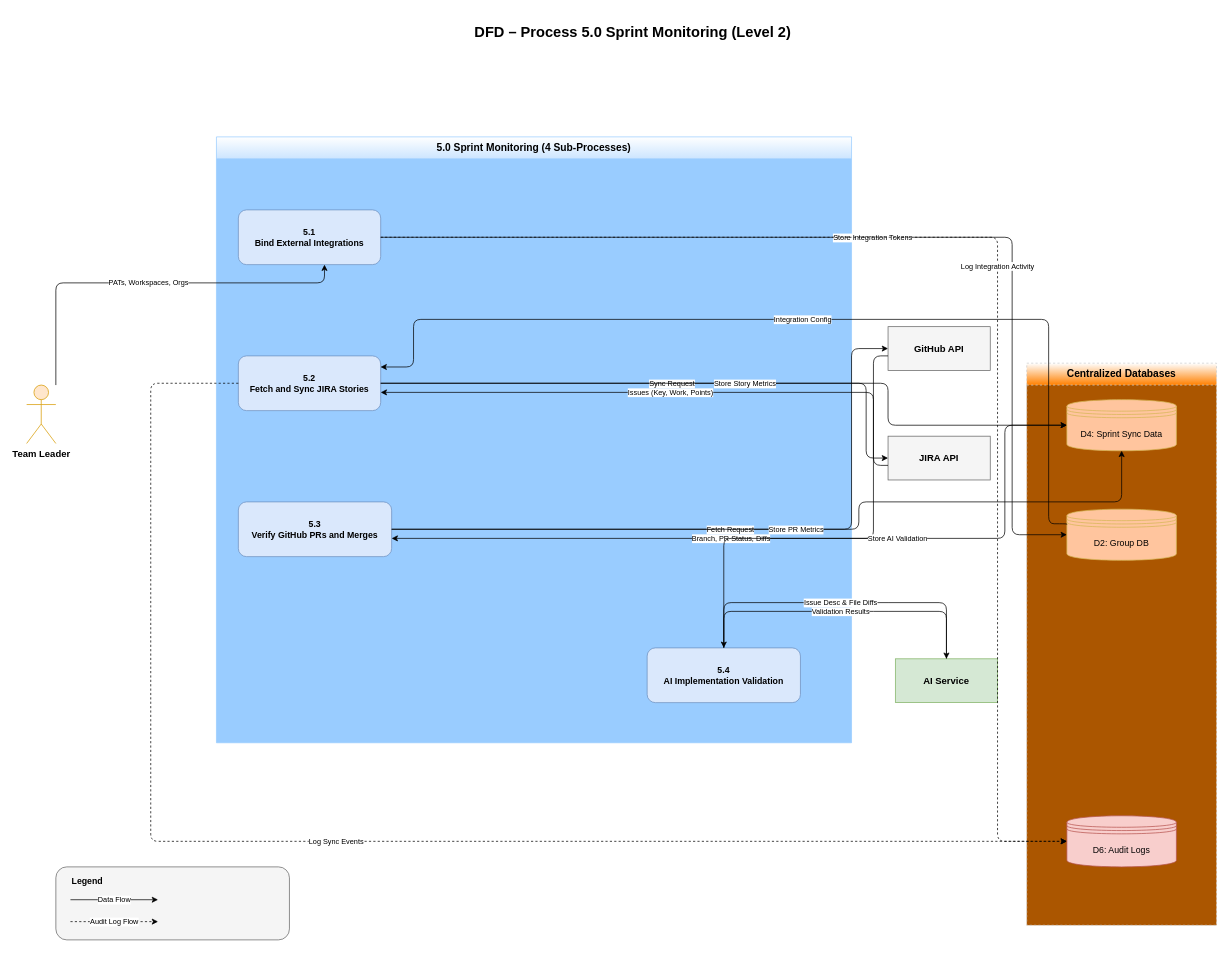
Above: page "Level 2 - 5.0 Sprint Monitoring" (6 of 7) of docs/dfd_senior_project.drawio in SE3318-Spring-2025-2026/senior-app-1 (draw.io), before the change. Source tidied: cells renumbered, new cells numbered last; positions are measured from the earlier drawing's top-left corner, leaving out a move shared by most shapes. Both pictures are drawn from the tidied source at 73%, with x=0, y=0 at pixel (26, 12).
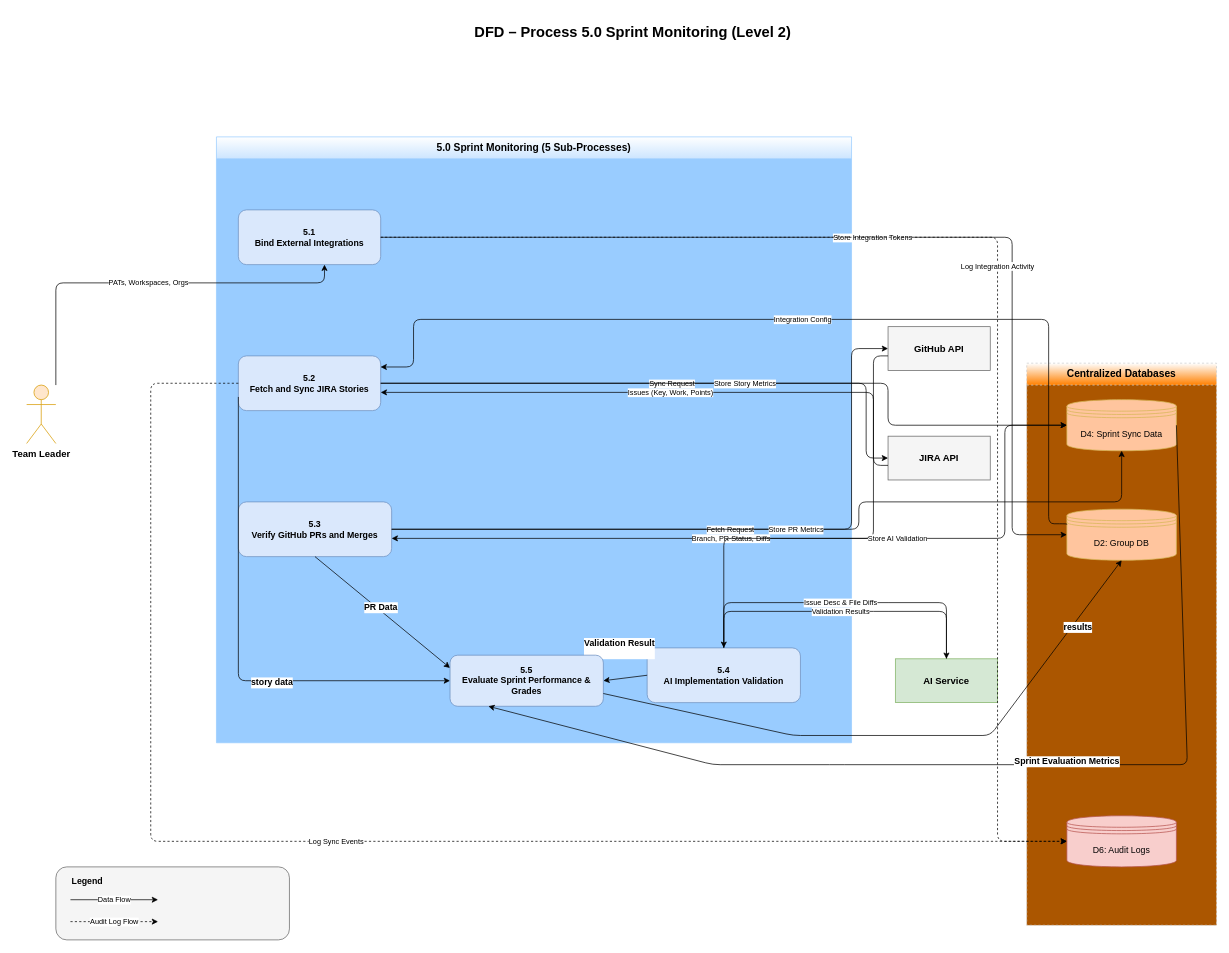
Above is the later version.

Commit message (it also covers changes not shown here):
fix(process-5): align diagrams, secure ingestion, and add missing monitoring routes

The change refers to these unchanged cells:
```xml
<mxCell id="13" value="5.2&#10;Fetch and Sync JIRA Stories" style="rounded=1;whiteSpace=wrap;html=1;fillColor=#dae8fc;strokeColor=#6c8ebf;fontSize=12;fontStyle=1;" parent="11" vertex="1">
  <mxGeometry x="30" y="300" width="195" height="75" as="geometry" />
</mxCell>
<mxCell id="14" value="5.3&#10;Verify GitHub PRs and Merges" style="rounded=1;whiteSpace=wrap;html=1;fillColor=#dae8fc;strokeColor=#6c8ebf;fontSize=12;fontStyle=1;" parent="11" vertex="1">
  <mxGeometry x="30" y="500" width="210" height="75" as="geometry" />
</mxCell>
<mxCell id="15" value="5.4&#10;AI Implementation Validation" style="rounded=1;whiteSpace=wrap;html=1;fillColor=#dae8fc;strokeColor=#6c8ebf;fontSize=12;fontStyle=1;" parent="11" vertex="1">
  <mxGeometry x="590" y="700" width="210" height="75" as="geometry" />
</mxCell>
<mxCell id="18" value="D4: Sprint Sync Data" style="shape=datastore;whiteSpace=wrap;html=1;fillColor=#FFC59E;strokeColor=#d6b656;fontSize=12;" parent="17" vertex="1">
  <mxGeometry x="55" y="50" width="150" height="70" as="geometry" />
</mxCell>
<mxCell id="19" value="D2: Group DB" style="shape=datastore;whiteSpace=wrap;html=1;fillColor=#FFC59E;strokeColor=#d6b656;fontSize=12;" parent="17" vertex="1">
  <mxGeometry x="55" y="200" width="150" height="70" as="geometry" />
</mxCell>
```

Change to the diagram source:
```diff
@@
-    <mxCell id="11" value="5.0 Sprint Monitoring (4 Sub-Processes)" style="swimlane;whiteSpace=wrap;html=1;fontSize=14;fontStyle=1;startSize=30;strokeColor=#99CCFF;fillColor=default;gradientColor=#CCE5FF;swimlaneFillColor=#99CCFF;" parent="1" vertex="1">
+    <mxCell id="11" value="5.0 Sprint Monitoring (5 Sub-Processes)" style="swimlane;whiteSpace=wrap;html=1;fontSize=14;fontStyle=1;startSize=30;strokeColor=#99CCFF;fillColor=default;gradientColor=#CCE5FF;swimlaneFillColor=#99CCFF;" parent="1" vertex="1">
       <mxGeometry x="260" y="170" width="870" height="830" as="geometry" />
     </mxCell>
@@
+    <mxCell id="34" style="edgeStyle=none;html=1;exitX=0;exitY=0.75;exitDx=0;exitDy=0;entryX=0;entryY=0.5;entryDx=0;entryDy=0;" parent="11" edge="1" source="13" target="39">
+      <mxGeometry relative="1" as="geometry">
+        <Array as="points">
+          <mxPoint x="30" y="745" />
+        </Array>
+      </mxGeometry>
+    </mxCell>
+    <mxCell id="35" value="story data" style="edgeLabel;html=1;align=center;verticalAlign=middle;rounded=1;strokeColor=#6c8ebf;fontFamily=Helvetica;fontSize=12;fontColor=default;fontStyle=1;fillColor=#dae8fc;" parent="34" vertex="1">
+      <mxGeometry x="0.28" y="-2" relative="1" as="geometry" />
+    </mxCell>
+    <mxCell id="36" style="edgeStyle=none;html=1;exitX=0.5;exitY=1;exitDx=0;exitDy=0;entryX=0;entryY=0.25;entryDx=0;entryDy=0;" parent="11" edge="1" source="14" target="39">
+      <mxGeometry relative="1" as="geometry" />
+    </mxCell>
+    <mxCell id="37" value="PR Data" style="edgeLabel;html=1;align=center;verticalAlign=middle;rounded=1;strokeColor=#6c8ebf;fontFamily=Helvetica;fontSize=12;fontColor=default;fontStyle=1;fillColor=#dae8fc;" parent="36" vertex="1">
+      <mxGeometry x="-0.05" y="2" relative="1" as="geometry">
+        <mxPoint y="-1" as="offset" />
+      </mxGeometry>
+    </mxCell>
+    <mxCell id="38" value="Validation Result&lt;div&gt;&lt;br&gt;&lt;/div&gt;" style="edgeStyle=none;html=1;exitX=0;exitY=0.5;exitDx=0;exitDy=0;entryX=1;entryY=0.5;entryDx=0;entryDy=0;fontFamily=Helvetica;fontSize=12;fontColor=default;fontStyle=1;" parent="11" edge="1" source="15" target="39">
+      <mxGeometry x="0.11" y="-41" relative="1" as="geometry">
+        <mxPoint x="1" as="offset" />
+      </mxGeometry>
+    </mxCell>
+    <mxCell id="39" value="5.5&lt;div&gt;Evaluate Sprint Performance &amp;amp; Grades&lt;/div&gt;" style="rounded=1;whiteSpace=wrap;html=1;fillColor=#dae8fc;strokeColor=#6c8ebf;fontSize=12;fontStyle=1;" parent="11" vertex="1">
+      <mxGeometry x="320" y="710" width="210" height="70" as="geometry" />
+    </mxCell>
@@
+    <mxCell id="40" style="edgeStyle=none;html=1;exitX=1;exitY=0.5;exitDx=0;exitDy=0;entryX=0.25;entryY=1;entryDx=0;entryDy=0;" parent="1" edge="1" source="18" target="39">
+      <mxGeometry relative="1" as="geometry">
+        <Array as="points">
+          <mxPoint x="1590" y="1030" />
+          <mxPoint x="1110" y="1030" />
+          <mxPoint x="940" y="1030" />
+        </Array>
+      </mxGeometry>
+    </mxCell>
+    <mxCell id="41" value="Sprint Evaluation Metrics" style="edgeLabel;html=1;align=center;verticalAlign=middle;rounded=1;strokeColor=#6c8ebf;fontFamily=Helvetica;fontSize=12;fontColor=default;fontStyle=1;fillColor=#dae8fc;" parent="40" vertex="1">
+      <mxGeometry x="-0.12" y="-5" relative="1" as="geometry" />
+    </mxCell>
+    <mxCell id="42" style="edgeStyle=none;html=1;exitX=1;exitY=0.75;exitDx=0;exitDy=0;entryX=0.5;entryY=1;entryDx=0;entryDy=0;fontFamily=Helvetica;fontSize=12;fontColor=default;fontStyle=1;" parent="1" edge="1" source="39" target="19">
+      <mxGeometry relative="1" as="geometry">
+        <Array as="points">
+          <mxPoint x="1050" y="990" />
+          <mxPoint x="1320" y="990" />
+        </Array>
+      </mxGeometry>
+    </mxCell>
+    <mxCell id="43" value="results" style="edgeLabel;html=1;align=center;verticalAlign=middle;rounded=1;strokeColor=#6c8ebf;fontFamily=Helvetica;fontSize=12;fontColor=default;fontStyle=1;fillColor=#dae8fc;" parent="42" vertex="1">
+      <mxGeometry x="0.74" y="-6" relative="1" as="geometry">
+        <mxPoint y="1" as="offset" />
+      </mxGeometry>
+    </mxCell>
```
